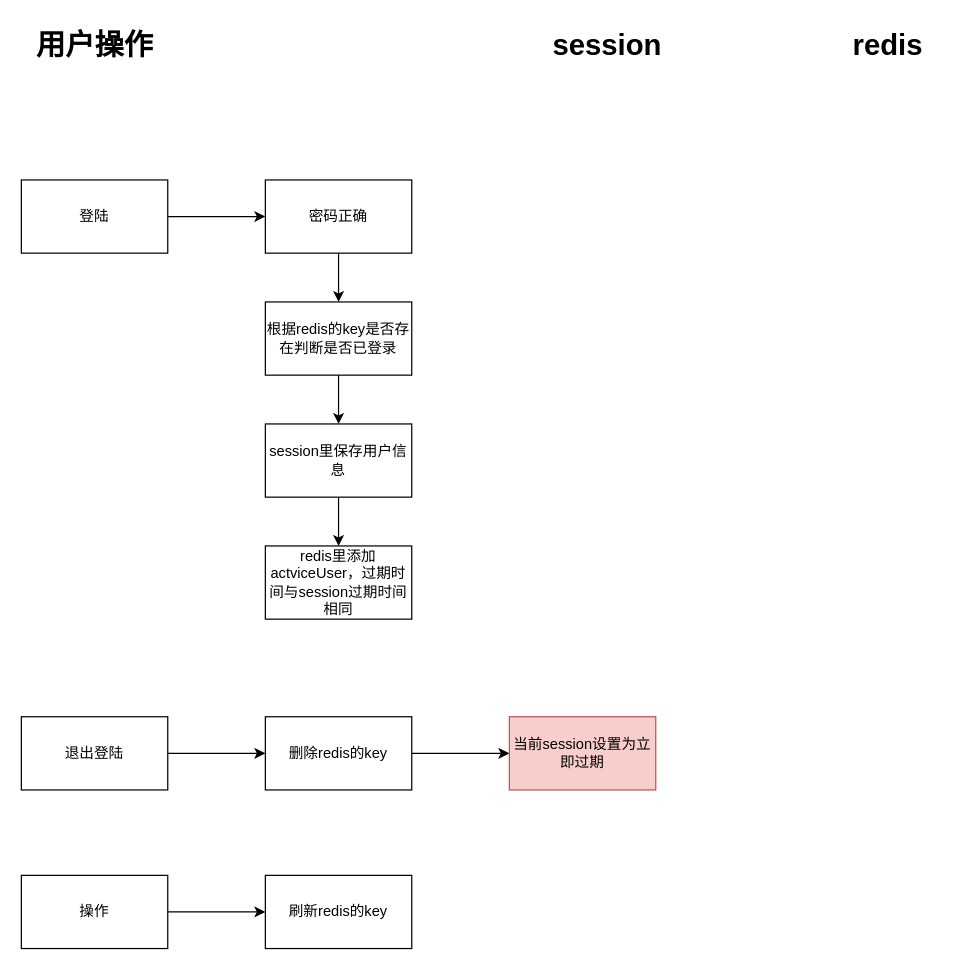
k525056857/mfr keeps this draw.io diagram as page "第 14 页" (14 of 15) of znxd业务.drawio. Above is the earlier version. Source tidied: cells renumbered, new cells numbered last; positions are measured from the earlier drawing's top-left corner, leaving out a move shared by most shapes. Both pictures are drawn from the tidied source at 122%, with x=0, y=0 at pixel (21, 21).
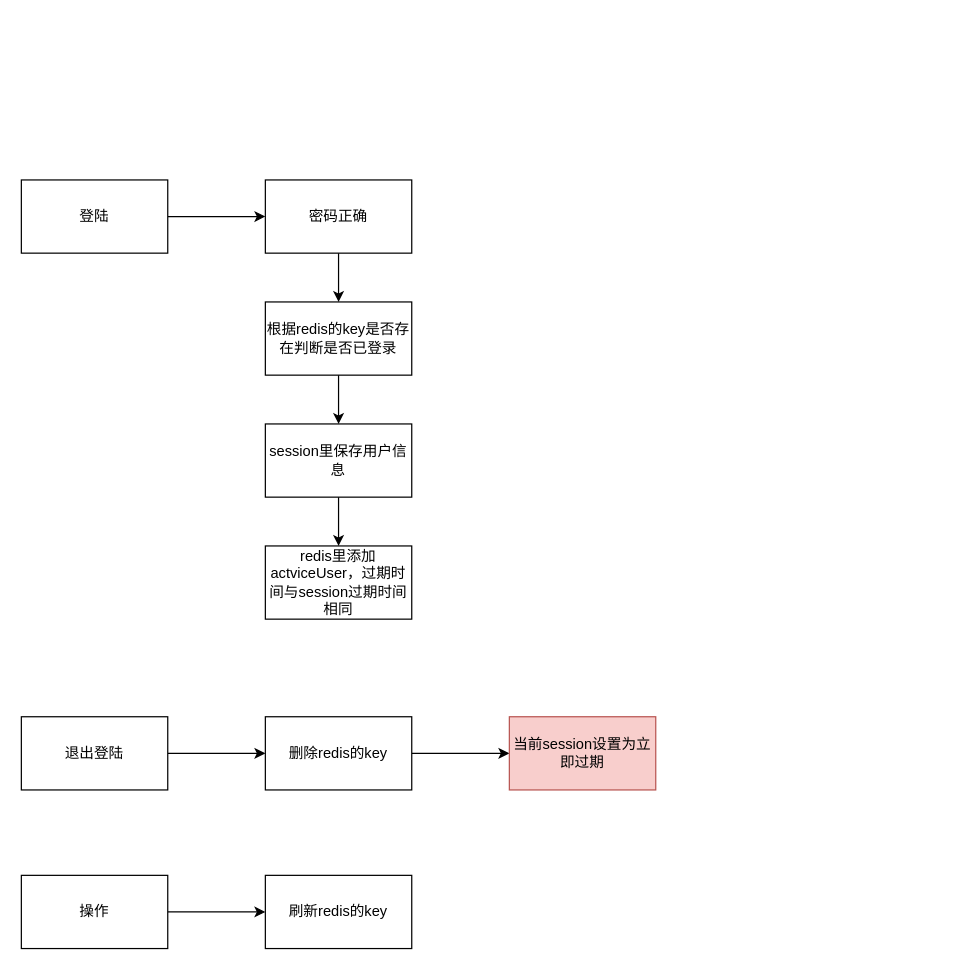
The same diagram, later.

Diff of the diagram source:
```diff
@@
-    <mxCell id="4" value="用户操作" style="text;strokeColor=none;fillColor=none;html=1;fontSize=24;fontStyle=1;verticalAlign=middle;align=center;" parent="1" vertex="1">
-      <mxGeometry x="10" width="100" height="40" as="geometry" />
-    </mxCell>
-    <mxCell id="5" value="session" style="text;strokeColor=none;fillColor=none;html=1;fontSize=24;fontStyle=1;verticalAlign=middle;align=center;" parent="1" vertex="1">
-      <mxGeometry x="430" width="100" height="40" as="geometry" />
-    </mxCell>
-    <mxCell id="6" value="redis" style="text;strokeColor=none;fillColor=none;html=1;fontSize=24;fontStyle=1;verticalAlign=middle;align=center;" parent="1" vertex="1">
-      <mxGeometry x="660" width="100" height="40" as="geometry" />
-    </mxCell>
```
